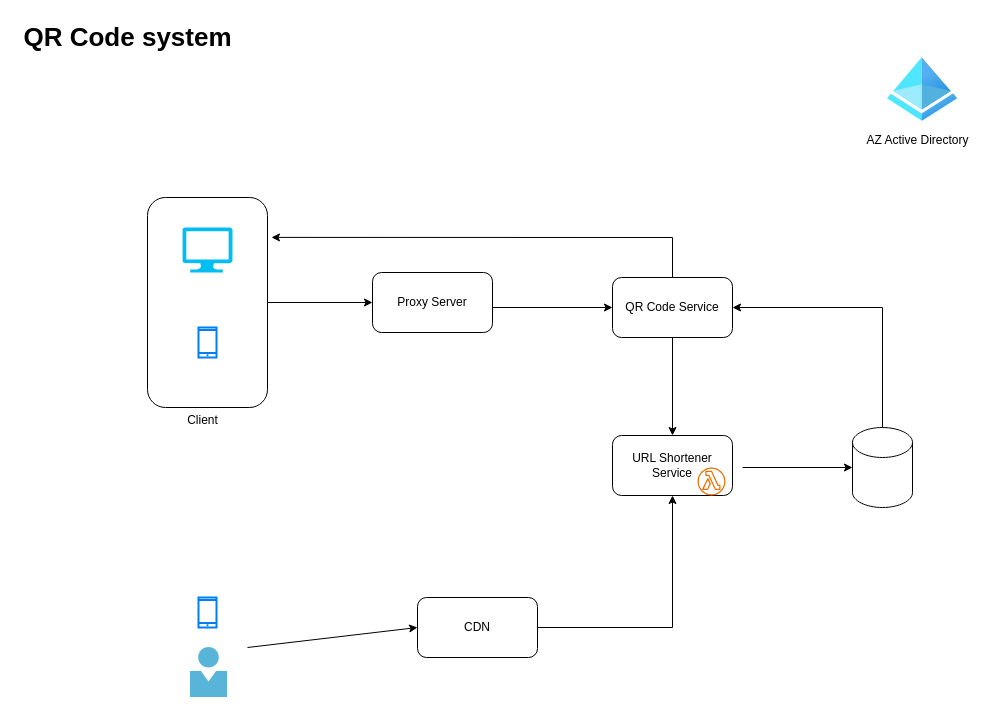
Before: Untitled Diagram.drawio in jasieloc/system-design, a draw.io diagram. Source tidied: cells renumbered, new cells numbered last; positions are measured from the earlier drawing's top-left corner, leaving out a move shared by most shapes. Both pictures are drawn from the tidied source at 100%, with x=0, y=0 at pixel (17, 17).
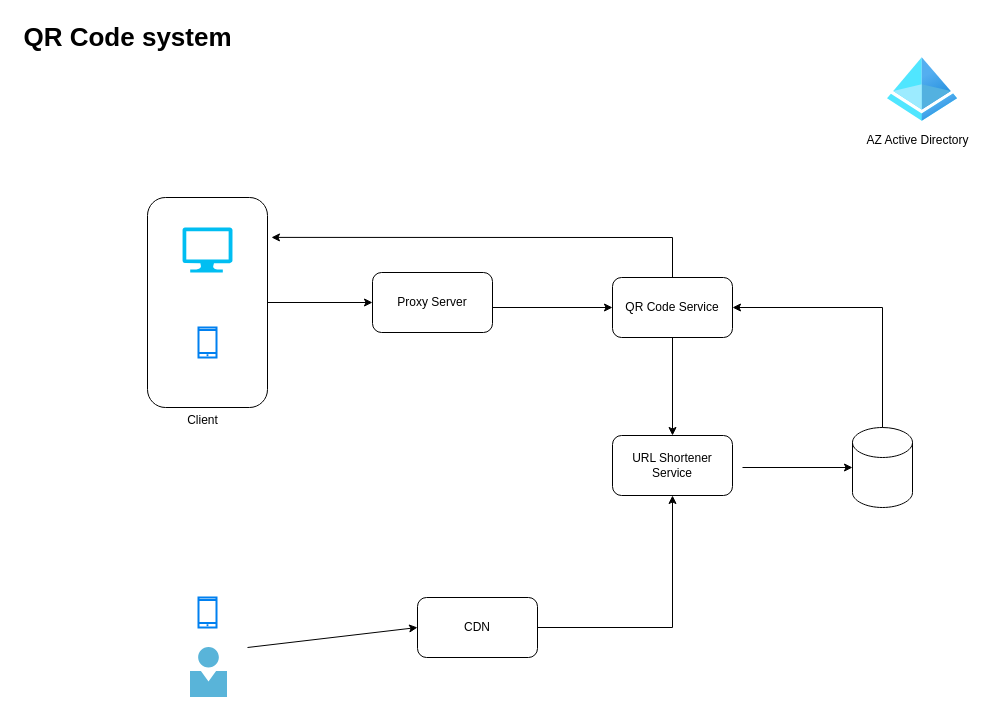
Above is the later version.

The edit, as a diff of the source:
```diff
@@
-    <mxCell id="19" style="sketch=0;fontColor=#232F3E;gradientColor=none;fillColor=#ED7100;strokeColor=none;dashed=0;verticalLabelPosition=bottom;verticalAlign=top;align=center;html=1;fontSize=12;fontStyle=0;shape=mxgraph.aws4.lambda_function;" parent="1" vertex="1">
-      <mxGeometry x="680" y="450" width="28" height="28" as="geometry" />
-    </mxCell>
```
